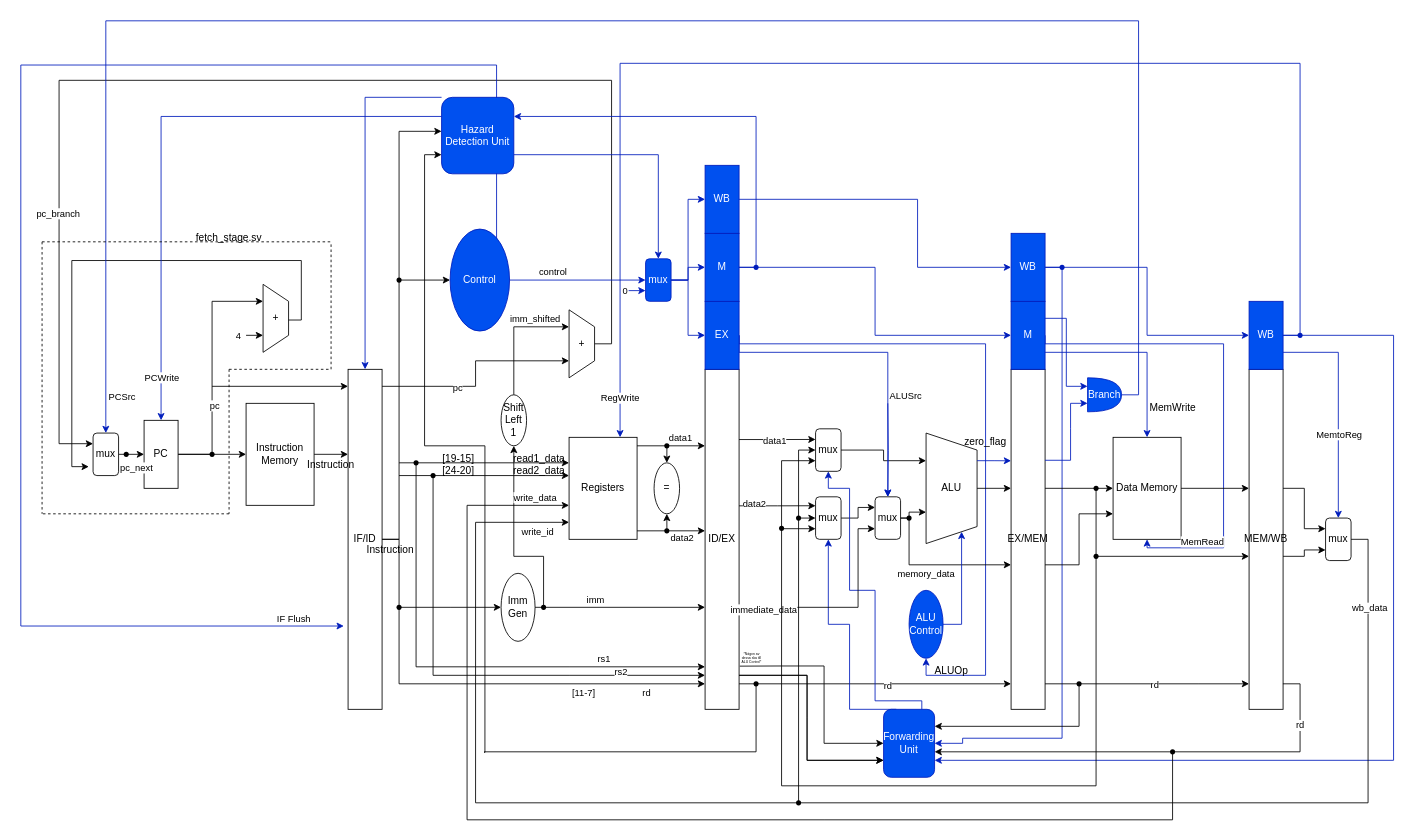
Before: documentation/Architecture.drawio in RISC-V-on-FPGA/riscv, a draw.io diagram. Source tidied: cells renumbered, new cells numbered last; positions are measured from the earlier drawing's top-left corner, leaving out a move shared by most shapes. Both pictures are drawn from the tidied source at 85%, with x=0, y=0 at pixel (20, 20).
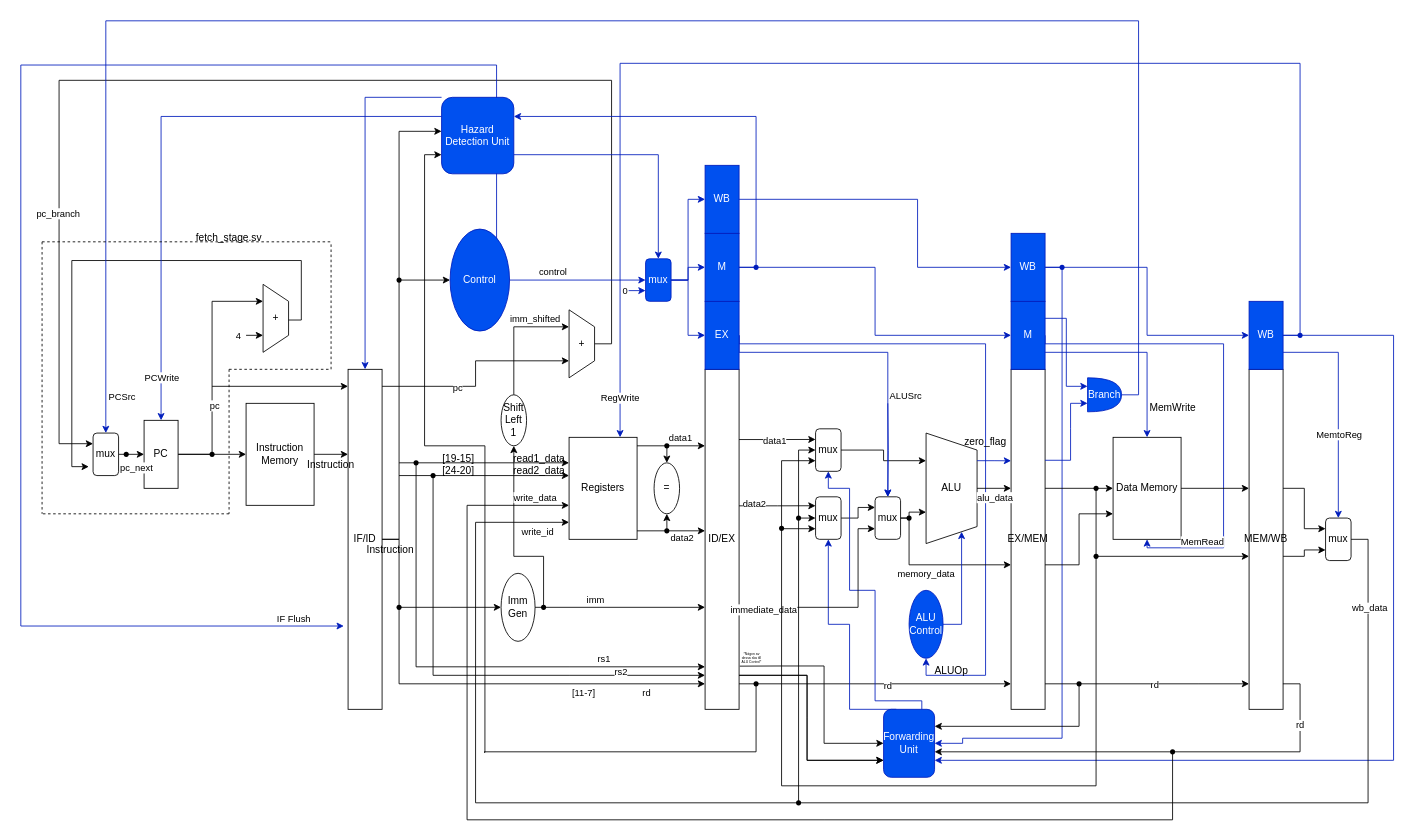
The same diagram, later.

The change refers to these unchanged cells:
```xml
<mxCell id="143" style="edgeStyle=orthogonalEdgeStyle;rounded=0;jettySize=auto;html=1;exitX=0.5;exitY=0;exitDx=0;exitDy=0;entryX=0;entryY=0.35;entryDx=0;entryDy=0;entryPerimeter=0;" parent="1" edge="1" source="57" target="21">
  <mxGeometry relative="1" as="geometry" />
</mxCell>
```

What changed in the source:
```diff
@@
+    <mxCell id="198" value="&lt;div&gt;alu_data&lt;/div&gt;" style="edgeLabel;html=1;align=center;verticalAlign=middle;" parent="143" vertex="1">
+      <mxGeometry x="0.02" y="2" relative="1" as="geometry">
+        <mxPoint y="12" as="offset" />
+      </mxGeometry>
+    </mxCell>
```
